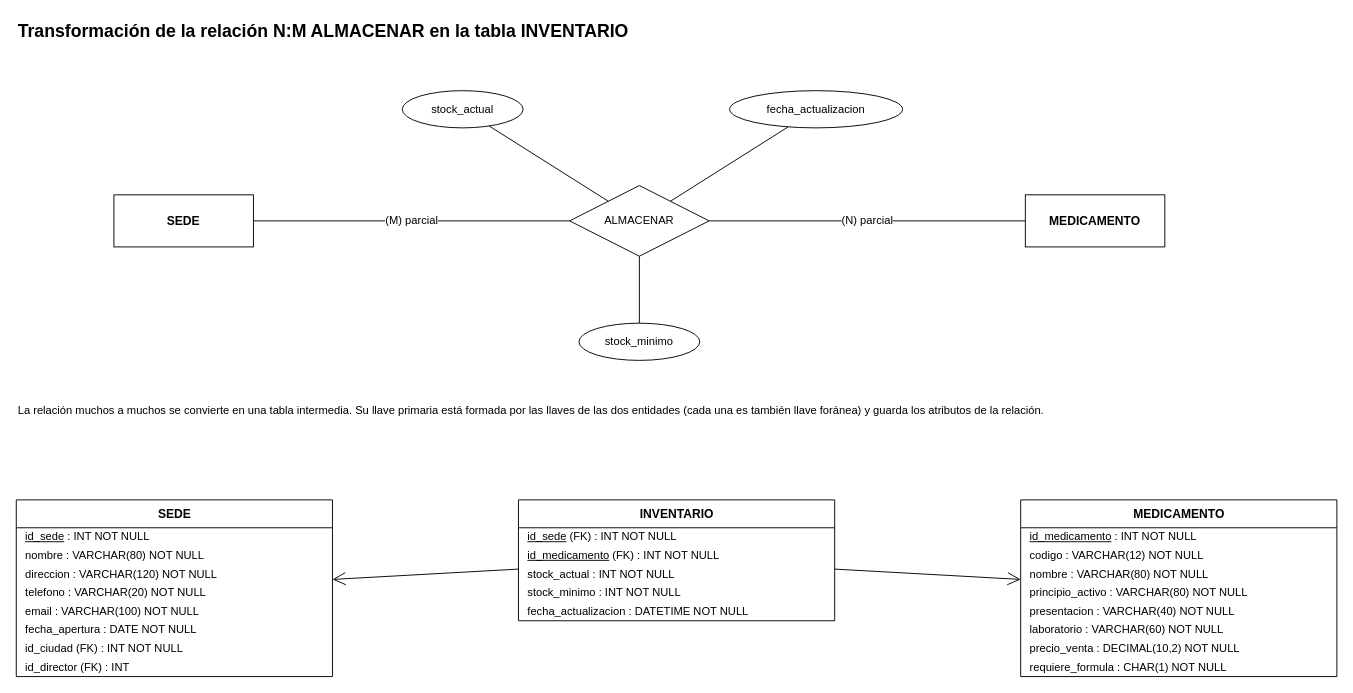
Earlier version of the draw.io diagram page "07 Transformación N:M INVENTARIO" (8 of 25) of documentos/fase1/diagramas_drawio/SIGEVET_Modelos.drawio (Estarlan/proyecto-bd1-sigevet). Source tidied: cells renumbered, new cells numbered last; positions are measured from the earlier drawing's top-left corner, leaving out a move shared by most shapes. Both pictures are drawn from the tidied source at 93%, with x=0, y=0 at pixel (16, 16).
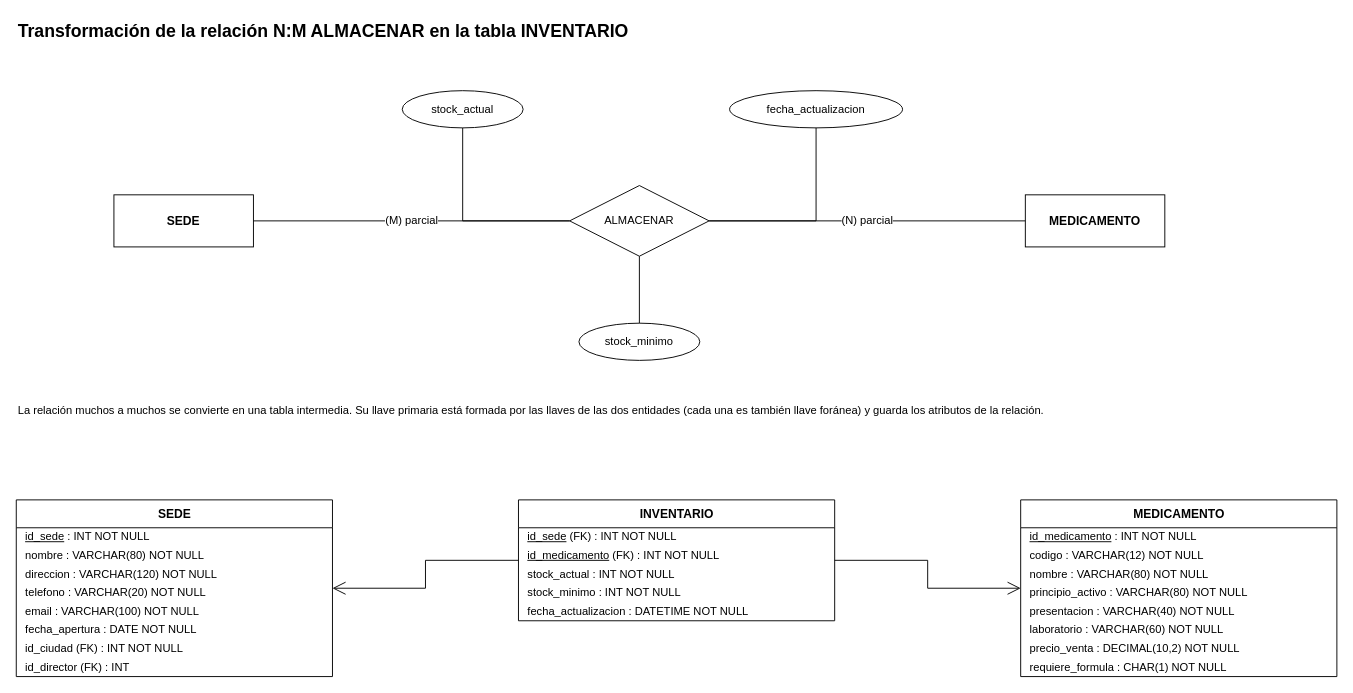
The same page after the edit.

The change refers to these unchanged cells:
```xml
<mxCell id="3" value="SEDE" style="rounded=0;whiteSpace=wrap;html=1;fillColor=none;fontSize=13;fontStyle=1;" parent="1" vertex="1">
  <mxGeometry x="105" y="192" width="150" height="56" as="geometry" />
</mxCell>
<mxCell id="4" value="MEDICAMENTO" style="rounded=0;whiteSpace=wrap;html=1;fillColor=none;fontSize=13;fontStyle=1;" parent="1" vertex="1">
  <mxGeometry x="1085" y="192" width="150" height="56" as="geometry" />
</mxCell>
<mxCell id="5" value="ALMACENAR" style="rhombus;whiteSpace=wrap;html=1;fillColor=none;fontSize=12;" parent="1" vertex="1">
  <mxGeometry x="595" y="182" width="150" height="76" as="geometry" />
</mxCell>
<mxCell id="8" value="stock_actual" style="ellipse;whiteSpace=wrap;html=1;fillColor=none;fontSize=12;" parent="1" vertex="1">
  <mxGeometry x="415" y="80" width="130" height="40" as="geometry" />
</mxCell>
<mxCell id="10" value="stock_minimo" style="ellipse;whiteSpace=wrap;html=1;fillColor=none;fontSize=12;" parent="1" vertex="1">
  <mxGeometry x="605" y="330" width="130" height="40" as="geometry" />
</mxCell>
<mxCell id="12" value="fecha_actualizacion" style="ellipse;whiteSpace=wrap;html=1;fillColor=none;fontSize=12;" parent="1" vertex="1">
  <mxGeometry x="767" y="80" width="186" height="40" as="geometry" />
</mxCell>
<mxCell id="15" value="SEDE" style="swimlane;fontStyle=1;horizontal=1;startSize=30;html=1;fillColor=none;swimlaneFillColor=none;fontSize=13;" parent="1" vertex="1">
  <mxGeometry y="520" width="340" height="190" as="geometry" />
</mxCell>
<mxCell id="24" value="INVENTARIO" style="swimlane;fontStyle=1;horizontal=1;startSize=30;html=1;fillColor=none;swimlaneFillColor=none;fontSize=13;" parent="1" vertex="1">
  <mxGeometry x="540" y="520" width="340" height="130" as="geometry" />
</mxCell>
<mxCell id="30" value="MEDICAMENTO" style="swimlane;fontStyle=1;horizontal=1;startSize=30;html=1;fillColor=none;swimlaneFillColor=none;fontSize=13;" parent="1" vertex="1">
  <mxGeometry x="1080" y="520" width="340" height="190" as="geometry" />
</mxCell>
```

Diff of the diagram source:
```diff
@@
-    <mxCell id="6" value="(M) parcial" style="html=1;endArrow=none;fontSize=12;labelBackgroundColor=default;jumpStyle=arc;jumpSize=10;" parent="1" edge="1" source="3" target="5">
+    <mxCell id="6" value="(M) parcial" style="html=1;endArrow=none;fontSize=12;labelBackgroundColor=default;edgeStyle=orthogonalEdgeStyle;rounded=0;" parent="1" edge="1" source="3" target="5">
       <mxGeometry relative="1" as="geometry" />
     </mxCell>
-    <mxCell id="7" value="(N) parcial" style="html=1;endArrow=none;fontSize=12;labelBackgroundColor=default;jumpStyle=arc;jumpSize=10;" parent="1" edge="1" source="5" target="4">
+    <mxCell id="7" value="(N) parcial" style="html=1;endArrow=none;fontSize=12;labelBackgroundColor=default;edgeStyle=orthogonalEdgeStyle;rounded=0;" parent="1" edge="1" source="5" target="4">
       <mxGeometry relative="1" as="geometry" />
     </mxCell>
@@
-    <mxCell id="9" style="html=1;endArrow=none;fontSize=12;labelBackgroundColor=default;jumpStyle=arc;jumpSize=10;" parent="1" edge="1" source="5" target="8">
+    <mxCell id="9" style="html=1;endArrow=none;fontSize=12;labelBackgroundColor=default;edgeStyle=orthogonalEdgeStyle;rounded=0;" parent="1" edge="1" source="5" target="8">
       <mxGeometry relative="1" as="geometry" />
     </mxCell>
@@
-    <mxCell id="11" style="html=1;endArrow=none;fontSize=12;labelBackgroundColor=default;jumpStyle=arc;jumpSize=10;" parent="1" edge="1" source="5" target="10">
+    <mxCell id="11" style="html=1;endArrow=none;fontSize=12;labelBackgroundColor=default;edgeStyle=orthogonalEdgeStyle;rounded=0;" parent="1" edge="1" source="5" target="10">
       <mxGeometry relative="1" as="geometry" />
     </mxCell>
@@
-    <mxCell id="13" style="html=1;endArrow=none;fontSize=12;labelBackgroundColor=default;jumpStyle=arc;jumpSize=10;" parent="1" edge="1" source="5" target="12">
+    <mxCell id="13" style="html=1;endArrow=none;fontSize=12;labelBackgroundColor=default;edgeStyle=orthogonalEdgeStyle;rounded=0;" parent="1" edge="1" source="5" target="12">
       <mxGeometry relative="1" as="geometry" />
     </mxCell>
@@
-    <mxCell id="39" style="html=1;endArrow=none;fontSize=12;labelBackgroundColor=default;endArrow=open;endFill=0;endSize=12;fontSize=11;jumpStyle=arc;jumpSize=10;" parent="1" edge="1" source="24" target="15">
+    <mxCell id="39" style="html=1;endArrow=none;fontSize=12;labelBackgroundColor=default;endArrow=open;endFill=0;endSize=12;fontSize=11;edgeStyle=orthogonalEdgeStyle;rounded=0;" parent="1" edge="1" source="24" target="15">
       <mxGeometry relative="1" as="geometry" />
     </mxCell>
-    <mxCell id="40" style="html=1;endArrow=none;fontSize=12;labelBackgroundColor=default;endArrow=open;endFill=0;endSize=12;fontSize=11;jumpStyle=arc;jumpSize=10;" parent="1" edge="1" source="24" target="30">
+    <mxCell id="40" style="html=1;endArrow=none;fontSize=12;labelBackgroundColor=default;endArrow=open;endFill=0;endSize=12;fontSize=11;edgeStyle=orthogonalEdgeStyle;rounded=0;" parent="1" edge="1" source="24" target="30">
       <mxGeometry relative="1" as="geometry" />
     </mxCell>
```
